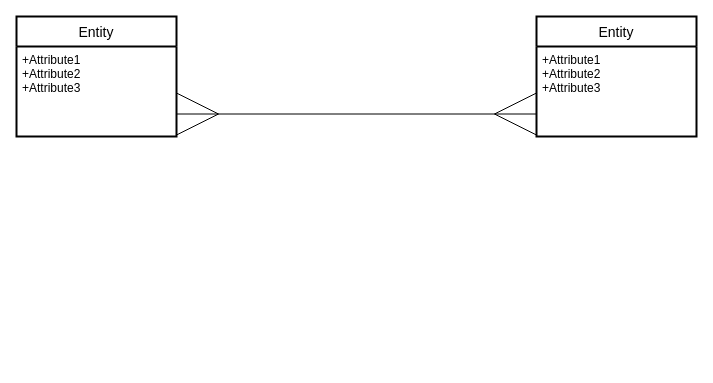
The draw.io diagram app/views/layouts/test.dio in shingooom/furima-39702, before the edit. Source tidied: cells renumbered, new cells numbered last; positions are measured from the earlier drawing's top-left corner, leaving out a move shared by most shapes. Both pictures are drawn from the tidied source at 100%, with x=0, y=0 at pixel (16, 16).
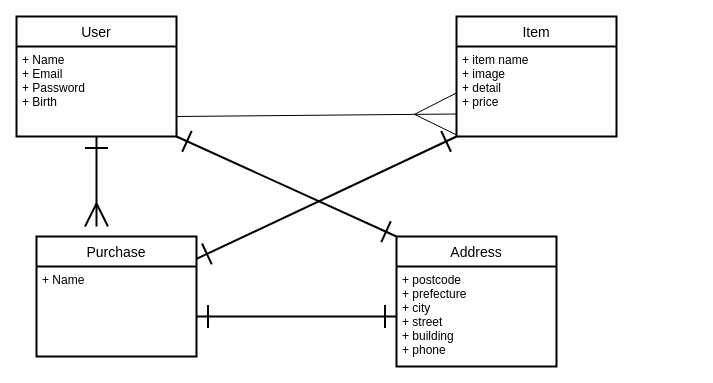
The same diagram, later.

Change to the diagram source:
```diff
@@
 <mxGraphModel>
   <root>
     <mxCell id="0" />
     <mxCell id="1" parent="0" />
-    <mxCell id="2" value="Entity" style="swimlane;horizontal=1;startSize=30;rounded=1;fontSize=14;fontStyle=0;strokeWidth=2;shadow=0;dashed=0;align=center;arcSize=0;" parent="1" vertex="1">
+    <mxCell id="2" value="User" style="swimlane;horizontal=1;startSize=30;rounded=0;fontSize=14;fontStyle=0;strokeWidth=2;shadow=0;dashed=0;align=center;arcSize=0;" parent="1" vertex="1">
       <mxGeometry width="160" height="120" as="geometry" />
     </mxCell>
-    <mxCell id="3" value="+Attribute1&#10;+Attribute2&#10;+Attribute3" style="align=left;strokeColor=none;fillColor=none;spacingLeft=4;fontSize=12;verticalAlign=top;" parent="2" vertex="1">
+    <mxCell id="3" value="+ Name&#10;+ Email&#10;+ Password&#10;+ Birth" style="align=left;strokeColor=none;fillColor=none;spacingLeft=4;fontSize=12;verticalAlign=top;rounded=0;" parent="2" vertex="1">
       <mxGeometry y="30" width="160" height="90" as="geometry" />
     </mxCell>
-    <mxCell id="4" value="Entity" style="swimlane;horizontal=1;startSize=30;rounded=0;fontSize=14;fontStyle=0;strokeWidth=2;shadow=0;dashed=0;align=center;" parent="1" vertex="1">
-      <mxGeometry x="520" width="160" height="120" as="geometry" />
+    <mxCell id="4" value="Item" style="swimlane;horizontal=1;startSize=30;rounded=0;fontSize=14;fontStyle=0;strokeWidth=2;shadow=0;dashed=0;align=center;" parent="1" vertex="1">
+      <mxGeometry x="440" width="160" height="120" as="geometry" />
     </mxCell>
-    <mxCell id="5" value="+Attribute1&#10;+Attribute2&#10;+Attribute3" style="align=left;strokeColor=none;fillColor=none;spacingLeft=4;fontSize=12;verticalAlign=top;" parent="4" vertex="1">
+    <mxCell id="5" value="+ item name&#10;+ image&#10;+ detail&#10;+ price" style="align=left;strokeColor=none;fillColor=none;spacingLeft=4;fontSize=12;verticalAlign=top;rounded=0;" parent="4" vertex="1">
       <mxGeometry y="30" width="160" height="90" as="geometry" />
     </mxCell>
-    <mxCell id="6" style="edgeStyle=none;html=1;exitX=1;exitY=0.75;exitDx=0;exitDy=0;startArrow=ERmany;startFill=0;endArrow=ERmany;endFill=0;entryX=0;entryY=0.75;entryDx=0;entryDy=0;endSize=40;startSize=40;sourcePerimeterSpacing=20;targetPerimeterSpacing=20;" parent="1" edge="1" source="3" target="5">
-      <mxGeometry relative="1" as="geometry" />
+    <mxCell id="6" style="html=1;startArrow=none;startFill=0;endArrow=ERmany;endFill=0;entryX=0;entryY=0.75;entryDx=0;entryDy=0;endSize=40;startSize=40;sourcePerimeterSpacing=20;targetPerimeterSpacing=20;rounded=0;" parent="1" edge="1" target="5">
+      <mxGeometry relative="1" as="geometry">
+        <mxPoint x="160" y="100" as="sourcePoint" />
+      </mxGeometry>
     </mxCell>
+    <mxCell id="7" value="Purchase" style="swimlane;horizontal=1;startSize=30;rounded=0;fontSize=14;fontStyle=0;strokeWidth=2;shadow=0;dashed=0;align=center;arcSize=0;" parent="1" vertex="1">
+      <mxGeometry x="20" y="220" width="160" height="120" as="geometry" />
+    </mxCell>
+    <mxCell id="8" value="+ Name" style="align=left;strokeColor=none;fillColor=none;spacingLeft=4;fontSize=12;verticalAlign=top;rounded=0;" parent="7" vertex="1">
+      <mxGeometry y="30" width="160" height="90" as="geometry" />
+    </mxCell>
+    <mxCell id="9" value="Address" style="swimlane;horizontal=1;startSize=30;rounded=0;fontSize=14;fontStyle=0;strokeWidth=2;shadow=0;dashed=0;align=center;arcSize=0;" parent="1" vertex="1">
+      <mxGeometry x="380" y="220" width="160" height="130" as="geometry" />
+    </mxCell>
+    <mxCell id="10" value="+ postcode&#10;+ prefecture&#10;+ city&#10;+ street&#10;+ building&#10;+ phone" style="align=left;strokeColor=none;fillColor=none;spacingLeft=4;fontSize=12;verticalAlign=top;rounded=0;" parent="9" vertex="1">
+      <mxGeometry y="30" width="160" height="100" as="geometry" />
+    </mxCell>
+    <mxCell id="11" style="edgeStyle=none;html=1;startArrow=ERone;startFill=0;strokeWidth=2;endArrow=ERone;endFill=0;exitX=0;exitY=0.5;exitDx=0;exitDy=0;endSize=20;startSize=20;" parent="1" edge="1" source="10">
+      <mxGeometry relative="1" as="geometry">
+        <mxPoint x="180" y="300" as="targetPoint" />
+        <Array as="points">
+          <mxPoint x="300" y="300" />
+        </Array>
+      </mxGeometry>
+    </mxCell>
+    <mxCell id="12" style="edgeStyle=none;html=1;strokeWidth=2;startArrow=ERone;startFill=0;endArrow=ERone;endFill=0;endSize=20;startSize=20;" parent="1" edge="1" target="7">
+      <mxGeometry relative="1" as="geometry">
+        <mxPoint x="440" y="120" as="sourcePoint" />
+      </mxGeometry>
+    </mxCell>
+    <mxCell id="13" style="edgeStyle=none;html=1;exitX=0.5;exitY=1;exitDx=0;exitDy=0;strokeWidth=2;startArrow=ERone;startFill=0;endArrow=ERmany;endFill=0;endSize=20;startSize=20;" parent="1" edge="1" source="3">
+      <mxGeometry relative="1" as="geometry">
+        <mxPoint x="80" y="210" as="targetPoint" />
+        <Array as="points">
+          <mxPoint x="80" y="200" />
+        </Array>
+      </mxGeometry>
+    </mxCell>
+    <mxCell id="14" style="edgeStyle=none;html=1;exitX=1;exitY=1;exitDx=0;exitDy=0;entryX=0;entryY=0;entryDx=0;entryDy=0;strokeWidth=2;startArrow=ERone;startFill=0;endArrow=ERone;endFill=0;startSize=20;endSize=20;" parent="1" edge="1" source="3" target="9">
+      <mxGeometry relative="1" as="geometry" />
+    </mxCell>
   </root>
 </mxGraphModel>
```
